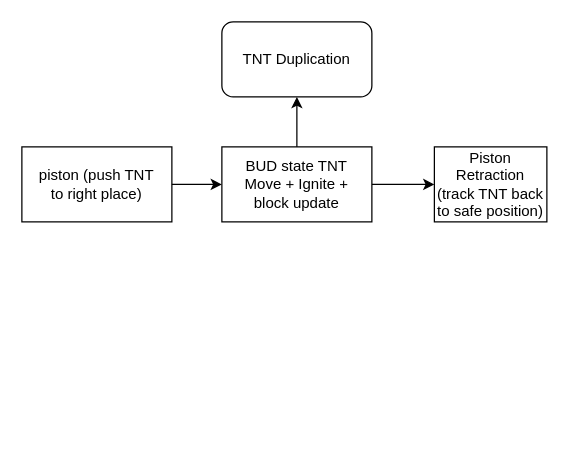
Earlier version of the draw.io diagram img/tnt-duper.drawio (FRIEDparrot/minecraft-worldedit-magician). Source tidied: cells renumbered, new cells numbered last; positions are measured from the earlier drawing's top-left corner, leaving out a move shared by most shapes. Both pictures are drawn from the tidied source at 125%, with x=0, y=0 at pixel (21, 21).
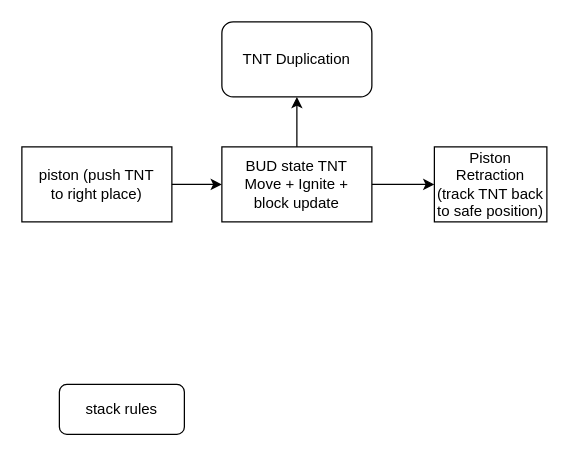
Above is the later version.

What changed in the source:
```diff
@@
 <mxGraphModel>
   <root>
     <mxCell id="0" />
     <mxCell id="1" parent="0" />
     <mxCell id="2" value="piston (push TNT&lt;div&gt;to right place)&lt;/div&gt;" style="rounded=0;whiteSpace=wrap;html=1;" parent="1" vertex="1">
       <mxGeometry y="100" width="120" height="60" as="geometry" />
     </mxCell>
     <mxCell id="3" style="edgeStyle=orthogonalEdgeStyle;rounded=0;jettySize=auto;html=1;entryX=0.5;entryY=1;entryDx=0;entryDy=0;" parent="1" edge="1" source="5" target="7">
       <mxGeometry relative="1" as="geometry" />
     </mxCell>
     <mxCell id="4" style="edgeStyle=orthogonalEdgeStyle;rounded=0;jettySize=auto;html=1;exitX=1;exitY=0.5;exitDx=0;exitDy=0;entryX=0;entryY=0.5;entryDx=0;entryDy=0;" parent="1" edge="1" source="5" target="8">
       <mxGeometry relative="1" as="geometry" />
     </mxCell>
     <mxCell id="5" value="BUD state TNT&lt;br&gt;Move + Ignite +&lt;br&gt;&lt;div&gt;block update&lt;/div&gt;" style="rounded=0;whiteSpace=wrap;html=1;" parent="1" vertex="1">
       <mxGeometry x="160" y="100" width="120" height="60" as="geometry" />
     </mxCell>
     <mxCell id="6" style="edgeStyle=orthogonalEdgeStyle;rounded=0;jettySize=auto;html=1;entryX=0;entryY=0.5;entryDx=0;entryDy=0;" parent="1" edge="1" source="2" target="5">
       <mxGeometry relative="1" as="geometry" />
     </mxCell>
     <mxCell id="7" value="TNT Duplication" style="rounded=1;whiteSpace=wrap;html=1;" parent="1" vertex="1">
       <mxGeometry x="160" width="120" height="60" as="geometry" />
     </mxCell>
     <mxCell id="8" value="Piston Retraction&lt;div&gt;(track TNT back to safe position)&lt;/div&gt;" style="rounded=0;whiteSpace=wrap;html=1;" parent="1" vertex="1">
       <mxGeometry x="330" y="100" width="90" height="60" as="geometry" />
     </mxCell>
+    <mxCell id="9" value="stack rules" style="rounded=1;whiteSpace=wrap;html=1;" parent="1" vertex="1">
+      <mxGeometry x="30" y="290" width="100" height="40" as="geometry" />
+    </mxCell>
   </root>
 </mxGraphModel>
```
